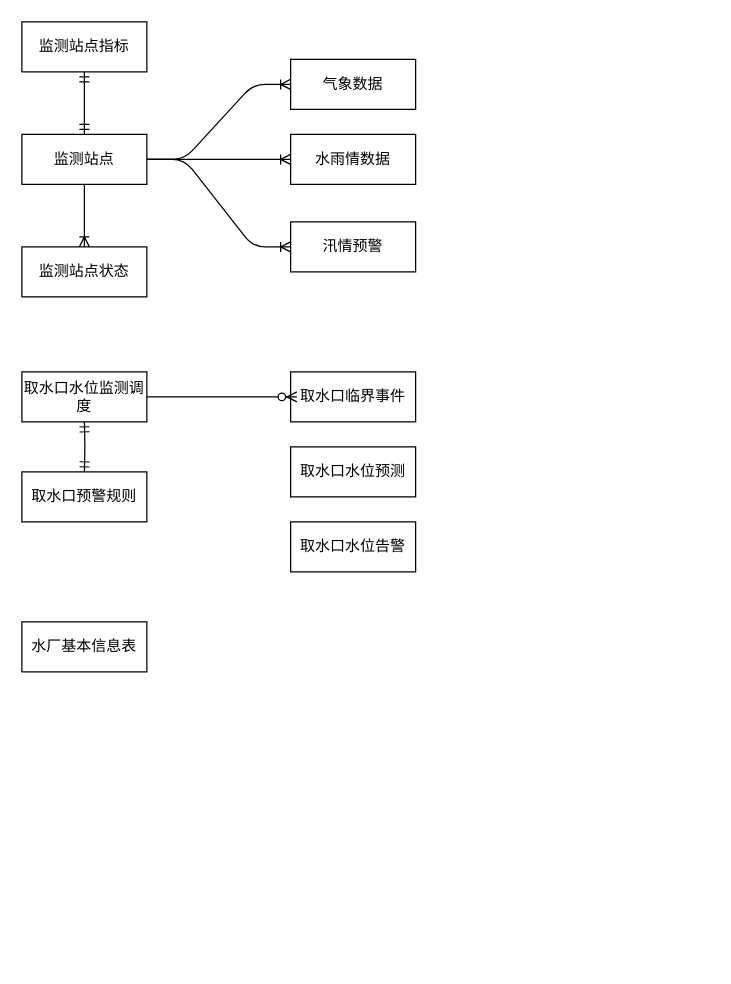
The draw.io diagram file/csfher.drawio in DORcode/admin-demo, before the edit. Source tidied: cells renumbered, new cells numbered last; positions are measured from the earlier drawing's top-left corner, leaving out a move shared by most shapes. Both pictures are drawn from the tidied source at 125%, with x=0, y=0 at pixel (21, 21).
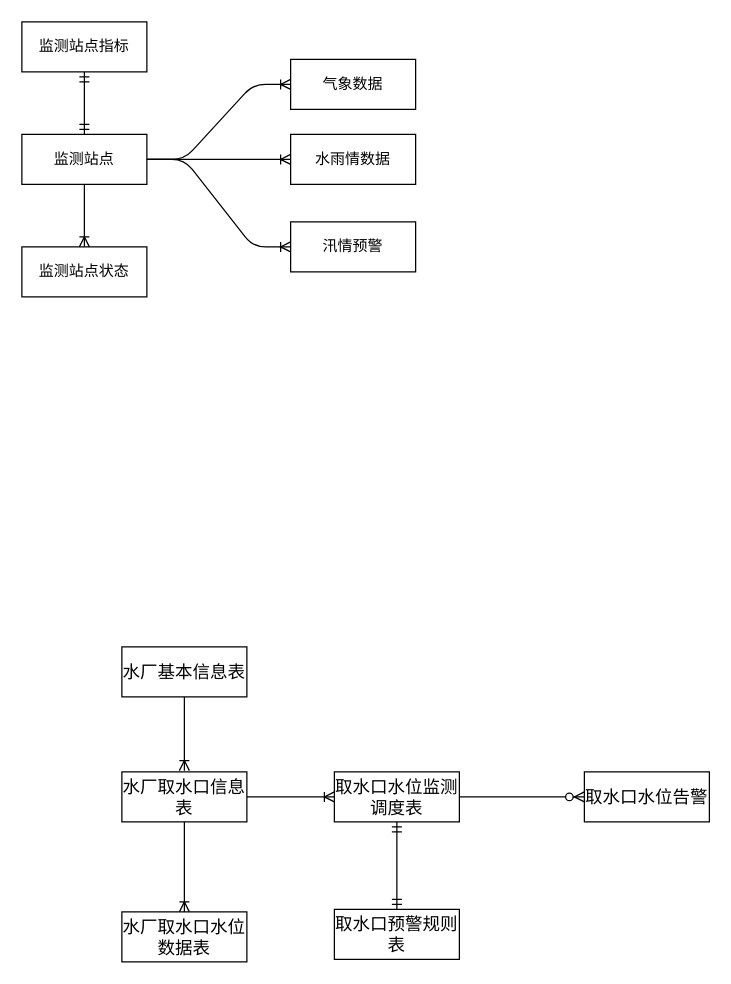
After the change.

Change to the diagram source:
```diff
@@
-    <mxCell id="13" value="取水口临界事件" style="whiteSpace=wrap;html=1;align=center;" parent="1" vertex="1">
-      <mxGeometry x="215" y="280" width="100" height="40" as="geometry" />
-    </mxCell>
-    <mxCell id="14" value="取水口水位监测调度" style="whiteSpace=wrap;html=1;align=center;" parent="1" vertex="1">
-      <mxGeometry y="280" width="100" height="40" as="geometry" />
+    <mxCell id="14" value="取水口水位监测调度表" style="whiteSpace=wrap;html=1;align=center;fontFamily=仿宋;fontSize=14;" parent="1" vertex="1">
+      <mxGeometry x="250" y="600" width="100" height="40" as="geometry" />
     </mxCell>
-    <mxCell id="15" style="edgeStyle=entityRelationEdgeStyle;fontSize=12;html=1;endArrow=ERzeroToMany;endFill=1;" parent="1" edge="1" source="14">
-      <mxGeometry relative="1" as="geometry">
-        <mxPoint x="220" y="300" as="targetPoint" />
-      </mxGeometry>
-    </mxCell>
-    <mxCell id="16" value="取水口水位预测" style="whiteSpace=wrap;html=1;align=center;" parent="1" vertex="1">
-      <mxGeometry x="215" y="340" width="100" height="40" as="geometry" />
-    </mxCell>
-    <mxCell id="17" value="取水口水位告警" style="whiteSpace=wrap;html=1;align=center;" parent="1" vertex="1">
-      <mxGeometry x="215" y="400" width="100" height="40" as="geometry" />
+    <mxCell id="17" value="取水口水位告警" style="whiteSpace=wrap;html=1;align=center;fontFamily=仿宋;fontSize=14;" parent="1" vertex="1">
+      <mxGeometry x="450" y="600" width="100" height="40" as="geometry" />
     </mxCell>
-    <mxCell id="18" value="取水口预警规则" style="whiteSpace=wrap;html=1;align=center;" parent="1" vertex="1">
-      <mxGeometry y="360" width="100" height="40" as="geometry" />
+    <mxCell id="18" value="取水口预警规则表" style="whiteSpace=wrap;html=1;align=center;fontFamily=仿宋;fontSize=14;" parent="1" vertex="1">
+      <mxGeometry x="250" y="710" width="100" height="40" as="geometry" />
     </mxCell>
-    <mxCell id="19" style="edgeStyle=orthogonalEdgeStyle;fontSize=12;html=1;endArrow=ERmandOne;startArrow=ERmandOne;entryX=0.5;entryY=1;entryDx=0;entryDy=0;" parent="1" edge="1" target="14">
-      <mxGeometry relative="1" as="geometry">
-        <mxPoint x="50" y="360" as="sourcePoint" />
-      </mxGeometry>
+    <mxCell id="19" style="edgeStyle=orthogonalEdgeStyle;fontSize=14;html=1;endArrow=ERmandOne;startArrow=ERmandOne;entryX=0.5;entryY=1;entryDx=0;entryDy=0;exitX=0.5;exitY=0;exitDx=0;exitDy=0;fontFamily=仿宋;" parent="1" edge="1" source="18" target="14">
+      <mxGeometry relative="1" as="geometry" />
     </mxCell>
-    <mxCell id="20" value="水厂基本信息表" style="whiteSpace=wrap;html=1;align=center;" parent="1" vertex="1">
-      <mxGeometry y="480" width="100" height="40" as="geometry" />
+    <mxCell id="20" value="水厂基本信息表" style="whiteSpace=wrap;html=1;align=center;fontFamily=仿宋;fontSize=14;" parent="1" vertex="1">
+      <mxGeometry x="80" y="500" width="100" height="40" as="geometry" />
     </mxCell>
+    <mxCell id="21" value="水厂取水口信息表" style="whiteSpace=wrap;html=1;align=center;fontFamily=仿宋;fontSize=14;" parent="1" vertex="1">
+      <mxGeometry x="80" y="600" width="100" height="40" as="geometry" />
+    </mxCell>
+    <mxCell id="22" style="edgeStyle=orthogonalEdgeStyle;fontSize=14;html=1;endArrow=ERoneToMany;exitX=0.5;exitY=1;exitDx=0;exitDy=0;fontFamily=仿宋;" parent="1" edge="1" source="20">
+      <mxGeometry relative="1" as="geometry">
+        <mxPoint x="130" y="599" as="targetPoint" />
+      </mxGeometry>
+    </mxCell>
+    <mxCell id="23" style="edgeStyle=entityRelationEdgeStyle;fontSize=14;html=1;endArrow=ERzeroToMany;endFill=1;entryX=0;entryY=0.5;entryDx=0;entryDy=0;fontFamily=仿宋;" parent="1" edge="1" source="14" target="17">
+      <mxGeometry relative="1" as="geometry" />
+    </mxCell>
+    <mxCell id="24" style="edgeStyle=orthogonalEdgeStyle;fontSize=14;html=1;endArrow=ERoneToMany;exitX=1;exitY=0.5;exitDx=0;exitDy=0;entryX=0;entryY=0.5;entryDx=0;entryDy=0;fontFamily=仿宋;" parent="1" edge="1" source="21" target="14">
+      <mxGeometry relative="1" as="geometry" />
+    </mxCell>
+    <mxCell id="25" value="水厂取水口水位数据表" style="whiteSpace=wrap;html=1;align=center;fontFamily=仿宋;fontSize=14;" parent="1" vertex="1">
+      <mxGeometry x="80" y="712" width="100" height="40" as="geometry" />
+    </mxCell>
+    <mxCell id="26" style="edgeStyle=orthogonalEdgeStyle;fontSize=12;html=1;endArrow=ERoneToMany;exitX=0.5;exitY=1;exitDx=0;exitDy=0;entryX=0.5;entryY=0;entryDx=0;entryDy=0;" parent="1" edge="1" source="21" target="25">
+      <mxGeometry relative="1" as="geometry" />
+    </mxCell>
```
